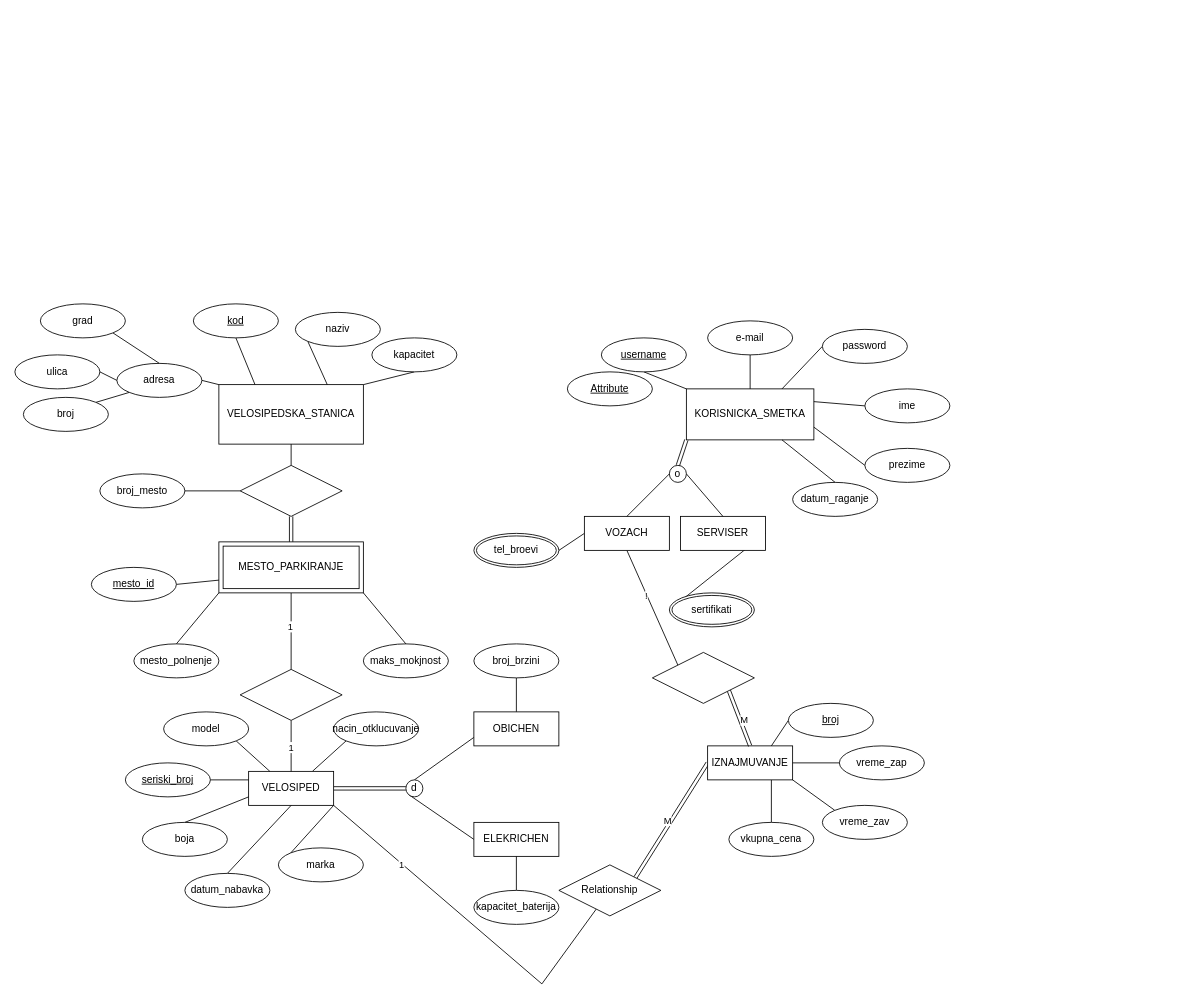
Earlier version of the draw.io diagram gptlab1.drawio (loramarku9/BAZInaPODATOCI). Source tidied: cells renumbered, new cells numbered last; positions are measured from the earlier drawing's top-left corner, leaving out a move shared by most shapes. Both pictures are drawn from the tidied source at 85%, with x=0, y=0 at pixel (14, 303).
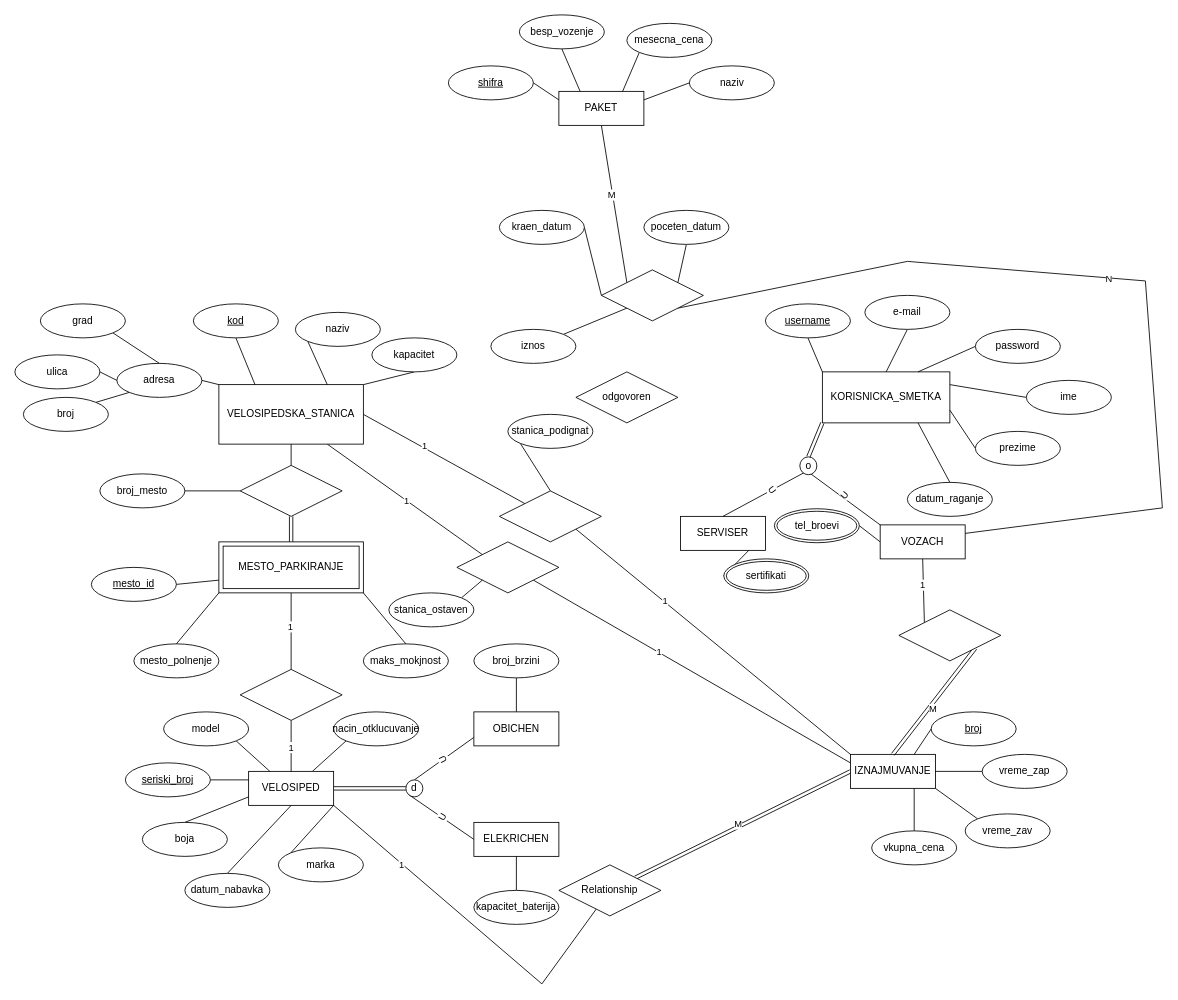
After the change.

The change refers to these unchanged cells:
```xml
<mxCell id="19" style="edgeStyle=none;shape=connector;rounded=0;jettySize=auto;html=1;exitX=0.5;exitY=1;exitDx=0;exitDy=0;entryX=0;entryY=0;entryDx=0;entryDy=0;strokeColor=default;align=center;verticalAlign=middle;fontFamily=Helvetica;fontSize=11;fontColor=default;labelBackgroundColor=default;defaultLabelBackgroundColor=page;endArrow=none;endFill=0;" parent="1" edge="1" source="21" target="98">
  <mxGeometry relative="1" as="geometry" />
</mxCell>
<mxCell id="23" style="edgeStyle=none;shape=connector;rounded=0;jettySize=auto;html=1;exitX=1;exitY=0.5;exitDx=0;exitDy=0;entryX=0.5;entryY=0;entryDx=0;entryDy=0;strokeColor=default;align=center;verticalAlign=middle;fontFamily=Helvetica;fontSize=11;fontColor=default;labelBackgroundColor=default;defaultLabelBackgroundColor=page;endArrow=none;endFill=0;" parent="1" edge="1" source="24" target="17">
  <mxGeometry relative="1" as="geometry" />
</mxCell>
<mxCell id="28" value="VELOSIPEDSKA_STANICA" style="whiteSpace=wrap;html=1;align=center;" parent="1" vertex="1">
  <mxGeometry x="240" y="95" width="170" height="70" as="geometry" />
</mxCell>
<mxCell id="75" style="edgeStyle=none;shape=connector;rounded=0;jettySize=auto;html=1;exitX=0.5;exitY=0;exitDx=0;exitDy=0;entryX=0;entryY=0.75;entryDx=0;entryDy=0;strokeColor=default;align=center;verticalAlign=middle;fontFamily=Helvetica;fontSize=11;fontColor=default;labelBackgroundColor=default;defaultLabelBackgroundColor=page;endArrow=none;endFill=0;" parent="1" edge="1" source="77" target="80">
  <mxGeometry relative="1" as="geometry" />
</mxCell>
<mxCell id="76" style="edgeStyle=none;shape=connector;rounded=0;jettySize=auto;html=1;exitX=0;exitY=1;exitDx=0;exitDy=0;entryX=0;entryY=0.5;entryDx=0;entryDy=0;strokeColor=default;align=center;verticalAlign=middle;fontFamily=Helvetica;fontSize=11;fontColor=default;labelBackgroundColor=default;defaultLabelBackgroundColor=page;endArrow=none;endFill=0;" parent="1" edge="1" source="77" target="78">
  <mxGeometry relative="1" as="geometry" />
</mxCell>
```

The edit, as a diff of the source:
```diff
@@
     <mxCell id="3" value="KORISNICKA_SMETKA" style="whiteSpace=wrap;html=1;align=center;" parent="1" vertex="1">
-      <mxGeometry x="790" y="100" width="150" height="60" as="geometry" />
+      <mxGeometry x="950" y="80" width="150" height="60" as="geometry" />
     </mxCell>
@@
     <mxCell id="5" value="datum_raganje" style="ellipse;whiteSpace=wrap;html=1;align=center;" parent="1" vertex="1">
-      <mxGeometry x="915" y="210" width="100" height="40" as="geometry" />
+      <mxGeometry x="1050" y="210" width="100" height="40" as="geometry" />
     </mxCell>
@@
     <mxCell id="7" value="prezime" style="ellipse;whiteSpace=wrap;html=1;align=center;" parent="1" vertex="1">
-      <mxGeometry x="1000" y="170" width="100" height="40" as="geometry" />
+      <mxGeometry x="1130" y="150" width="100" height="40" as="geometry" />
     </mxCell>
@@
     <mxCell id="9" value="ime" style="ellipse;whiteSpace=wrap;html=1;align=center;" parent="1" vertex="1">
-      <mxGeometry x="1000" y="100" width="100" height="40" as="geometry" />
+      <mxGeometry x="1190" y="90" width="100" height="40" as="geometry" />
     </mxCell>
@@
     <mxCell id="11" value="password" style="ellipse;whiteSpace=wrap;html=1;align=center;" parent="1" vertex="1">
-      <mxGeometry x="950" y="30" width="100" height="40" as="geometry" />
+      <mxGeometry x="1130" y="30" width="100" height="40" as="geometry" />
     </mxCell>
@@
     <mxCell id="13" value="e-mail" style="ellipse;whiteSpace=wrap;html=1;align=center;" parent="1" vertex="1">
-      <mxGeometry x="815" y="20" width="100" height="40" as="geometry" />
+      <mxGeometry x="1000" y="-10" width="100" height="40" as="geometry" />
     </mxCell>
@@
     <mxCell id="15" value="username" style="ellipse;whiteSpace=wrap;html=1;align=center;fontStyle=4;" parent="1" vertex="1">
-      <mxGeometry x="690" y="40" width="100" height="40" as="geometry" />
+      <mxGeometry x="883" width="100" height="40" as="geometry" />
     </mxCell>
@@
-    <mxCell id="20" value="!" style="edgeLabel;html=1;align=center;verticalAlign=middle;inheritText=1;defaultLabelBackgroundColor=page;" parent="19" vertex="1">
+    <mxCell id="20" value="1" style="edgeLabel;html=1;align=center;verticalAlign=middle;inheritText=1;defaultLabelBackgroundColor=page;" parent="19" vertex="1">
       <mxGeometry x="-0.21" y="-1" relative="1" as="geometry" />
     </mxCell>
     <mxCell id="21" value="VOZACH" style="whiteSpace=wrap;html=1;align=center;" parent="1" vertex="1">
-      <mxGeometry x="670" y="250" width="100" height="40" as="geometry" />
+      <mxGeometry x="1018" y="260" width="100" height="40" as="geometry" />
     </mxCell>
-    <mxCell id="22" style="edgeStyle=none;shape=connector;rounded=0;jettySize=auto;html=1;exitX=0;exitY=0.5;exitDx=0;exitDy=0;entryX=0.5;entryY=0;entryDx=0;entryDy=0;strokeColor=default;align=center;verticalAlign=middle;fontFamily=Helvetica;fontSize=11;fontColor=default;labelBackgroundColor=default;defaultLabelBackgroundColor=page;endArrow=none;endFill=0;" parent="1" edge="1" source="24" target="21">
+    <mxCell id="22" style="edgeStyle=none;shape=connector;rounded=0;jettySize=auto;html=1;exitX=0;exitY=0.5;exitDx=0;exitDy=0;entryX=0;entryY=0;entryDx=0;entryDy=0;strokeColor=default;align=center;verticalAlign=middle;fontFamily=Helvetica;fontSize=11;fontColor=default;labelBackgroundColor=default;defaultLabelBackgroundColor=page;endArrow=none;endFill=0;" parent="1" edge="1" source="24" target="21">
       <mxGeometry relative="1" as="geometry" />
     </mxCell>
+    <mxCell id="100" value="U" style="edgeLabel;html=1;align=center;verticalAlign=middle;inheritText=1;defaultLabelBackgroundColor=page;rotation=-50;" parent="22" vertex="1">
+      <mxGeometry x="0.08" y="1" relative="1" as="geometry">
+        <mxPoint y="-1" as="offset" />
+      </mxGeometry>
+    </mxCell>
@@
+    <mxCell id="101" value="U" style="edgeLabel;html=1;align=center;verticalAlign=middle;inheritText=1;defaultLabelBackgroundColor=page;rotation=53;" parent="23" vertex="1">
+      <mxGeometry x="-0.06" relative="1" as="geometry" />
+    </mxCell>
     <mxCell id="24" value="o" style="ellipse;whiteSpace=wrap;html=1;shapeInside=1;" parent="1" vertex="1">
-      <mxGeometry x="770" y="190" width="20" height="20" as="geometry" />
+      <mxGeometry x="923.5" y="180" width="20" height="21" as="geometry" />
     </mxCell>
     <mxCell id="25" value="tel_broevi" style="ellipse;shape=doubleEllipse;margin=3;whiteSpace=wrap;html=1;align=center;" parent="1" vertex="1">
-      <mxGeometry x="540" y="270" width="100" height="40" as="geometry" />
+      <mxGeometry x="893.5" y="241" width="100" height="40" as="geometry" />
     </mxCell>
     <mxCell id="26" value="sertifikati" style="ellipse;shape=doubleEllipse;margin=3;whiteSpace=wrap;html=1;align=center;" parent="1" vertex="1">
-      <mxGeometry x="770" y="340" width="100" height="40" as="geometry" />
+      <mxGeometry x="834" y="300" width="100" height="40" as="geometry" />
     </mxCell>
@@
+    <mxCell id="102" style="edgeStyle=none;shape=connector;rounded=0;jettySize=auto;html=1;exitX=0.75;exitY=1;exitDx=0;exitDy=0;entryX=0;entryY=0;entryDx=0;entryDy=0;strokeColor=default;align=center;verticalAlign=middle;fontFamily=Helvetica;fontSize=11;fontColor=default;labelBackgroundColor=default;defaultLabelBackgroundColor=page;endArrow=none;endFill=0;" parent="1" edge="1" source="28" target="113">
+      <mxGeometry relative="1" as="geometry" />
+    </mxCell>
+    <mxCell id="103" value="1" style="edgeLabel;html=1;align=center;verticalAlign=middle;inheritText=1;defaultLabelBackgroundColor=page;" parent="102" vertex="1">
+      <mxGeometry x="0.03" y="-1" relative="1" as="geometry">
+        <mxPoint y="-1" as="offset" />
+      </mxGeometry>
+    </mxCell>
+    <mxCell id="104" style="edgeStyle=none;shape=connector;rounded=0;jettySize=auto;html=1;exitX=1;exitY=0.5;exitDx=0;exitDy=0;entryX=0;entryY=0;entryDx=0;entryDy=0;strokeColor=default;align=center;verticalAlign=middle;fontFamily=Helvetica;fontSize=11;fontColor=default;labelBackgroundColor=default;defaultLabelBackgroundColor=page;endArrow=none;endFill=0;" parent="1" edge="1" source="28" target="110">
+      <mxGeometry relative="1" as="geometry" />
+    </mxCell>
+    <mxCell id="105" value="1" style="edgeLabel;html=1;align=center;verticalAlign=middle;inheritText=1;defaultLabelBackgroundColor=page;" parent="104" vertex="1">
+      <mxGeometry x="-0.26" y="3" relative="1" as="geometry" />
+    </mxCell>
@@
-    <mxCell id="34" value="Attribute" style="ellipse;whiteSpace=wrap;html=1;align=center;fontStyle=4;" parent="1" vertex="1">
-      <mxGeometry x="650" y="80" width="100" height="40" as="geometry" />
-    </mxCell>
@@
+    <mxCell id="106" value="U" style="edgeLabel;html=1;align=center;verticalAlign=middle;inheritText=1;defaultLabelBackgroundColor=page;rotation=-117;" parent="75" vertex="1">
+      <mxGeometry x="-0.05" y="-1" relative="1" as="geometry" />
+    </mxCell>
@@
+    <mxCell id="107" value="U" style="edgeLabel;html=1;align=center;verticalAlign=middle;inheritText=1;defaultLabelBackgroundColor=page;rotation=-60;" parent="76" vertex="1">
+      <mxGeometry x="0.03" relative="1" as="geometry" />
+    </mxCell>
@@
     <mxCell id="88" value="IZNAJMUVANJE" style="whiteSpace=wrap;html=1;align=center;" parent="1" vertex="1">
-      <mxGeometry x="815" y="520" width="100" height="40" as="geometry" />
+      <mxGeometry x="983" y="530" width="100" height="40" as="geometry" />
     </mxCell>
@@
     <mxCell id="90" value="broj" style="ellipse;whiteSpace=wrap;html=1;align=center;fontStyle=4;" parent="1" vertex="1">
-      <mxGeometry x="910" y="470" width="100" height="40" as="geometry" />
+      <mxGeometry x="1078" y="480" width="100" height="40" as="geometry" />
     </mxCell>
     <mxCell id="91" value="vkupna_cena" style="ellipse;whiteSpace=wrap;html=1;align=center;" parent="1" vertex="1">
-      <mxGeometry x="840" y="610" width="100" height="40" as="geometry" />
+      <mxGeometry x="1008" y="620" width="100" height="40" as="geometry" />
     </mxCell>
@@
     <mxCell id="93" value="vreme_zav" style="ellipse;whiteSpace=wrap;html=1;align=center;" parent="1" vertex="1">
-      <mxGeometry x="950" y="590" width="100" height="40" as="geometry" />
+      <mxGeometry x="1118" y="600" width="100" height="40" as="geometry" />
     </mxCell>
@@
     <mxCell id="95" value="vreme_zap" style="ellipse;whiteSpace=wrap;html=1;align=center;" parent="1" vertex="1">
-      <mxGeometry x="970" y="520" width="100" height="40" as="geometry" />
+      <mxGeometry x="1138" y="530" width="100" height="40" as="geometry" />
     </mxCell>
@@
     <mxCell id="98" style="shape=rhombus;perimeter=rhombusPerimeter;whiteSpace=wrap;html=1;align=center;" parent="1" vertex="1">
-      <mxGeometry x="750" y="410" width="120" height="60" as="geometry" />
+      <mxGeometry x="1040" y="360" width="120" height="60" as="geometry" />
     </mxCell>
@@
+    <mxCell id="108" style="edgeStyle=none;shape=connector;rounded=0;jettySize=auto;html=1;exitX=1;exitY=1;exitDx=0;exitDy=0;entryX=0;entryY=0;entryDx=0;entryDy=0;strokeColor=default;align=center;verticalAlign=middle;fontFamily=Helvetica;fontSize=11;fontColor=default;labelBackgroundColor=default;defaultLabelBackgroundColor=page;endArrow=none;endFill=0;" parent="1" edge="1" source="110" target="88">
+      <mxGeometry relative="1" as="geometry" />
+    </mxCell>
+    <mxCell id="109" value="1" style="edgeLabel;html=1;align=center;verticalAlign=middle;inheritText=1;defaultLabelBackgroundColor=page;" parent="108" vertex="1">
+      <mxGeometry x="-0.36" y="2" relative="1" as="geometry" />
+    </mxCell>
+    <mxCell id="110" style="shape=rhombus;perimeter=rhombusPerimeter;whiteSpace=wrap;html=1;align=center;" parent="1" vertex="1">
+      <mxGeometry x="570" y="220" width="120" height="60" as="geometry" />
+    </mxCell>
+    <mxCell id="111" style="edgeStyle=none;shape=connector;rounded=0;jettySize=auto;html=1;exitX=1;exitY=1;exitDx=0;exitDy=0;entryX=0;entryY=0.25;entryDx=0;entryDy=0;strokeColor=default;align=center;verticalAlign=middle;fontFamily=Helvetica;fontSize=11;fontColor=default;labelBackgroundColor=default;defaultLabelBackgroundColor=page;endArrow=none;endFill=0;" parent="1" edge="1" source="113" target="88">
+      <mxGeometry relative="1" as="geometry" />
+    </mxCell>
+    <mxCell id="112" value="1" style="edgeLabel;html=1;align=center;verticalAlign=middle;inheritText=1;defaultLabelBackgroundColor=page;" parent="111" vertex="1">
+      <mxGeometry x="-0.21" relative="1" as="geometry" />
+    </mxCell>
+    <mxCell id="113" style="shape=rhombus;perimeter=rhombusPerimeter;whiteSpace=wrap;html=1;align=center;" parent="1" vertex="1">
+      <mxGeometry x="520" y="280" width="120" height="60" as="geometry" />
+    </mxCell>
+    <mxCell id="114" style="edgeStyle=none;shape=connector;rounded=0;jettySize=auto;html=1;exitX=1;exitY=0;exitDx=0;exitDy=0;entryX=0;entryY=1;entryDx=0;entryDy=0;strokeColor=default;align=center;verticalAlign=middle;fontFamily=Helvetica;fontSize=11;fontColor=default;labelBackgroundColor=default;defaultLabelBackgroundColor=page;endArrow=none;endFill=0;" parent="1" edge="1" source="115" target="113">
+      <mxGeometry relative="1" as="geometry" />
+    </mxCell>
+    <mxCell id="115" value="stanica_ostaven" style="ellipse;whiteSpace=wrap;html=1;align=center;" parent="1" vertex="1">
+      <mxGeometry x="440" y="340" width="100" height="40" as="geometry" />
+    </mxCell>
+    <mxCell id="116" style="edgeStyle=none;shape=connector;rounded=0;jettySize=auto;html=1;exitX=0;exitY=1;exitDx=0;exitDy=0;entryX=0.5;entryY=0;entryDx=0;entryDy=0;strokeColor=default;align=center;verticalAlign=middle;fontFamily=Helvetica;fontSize=11;fontColor=default;labelBackgroundColor=default;defaultLabelBackgroundColor=page;endArrow=none;endFill=0;" parent="1" edge="1" source="117" target="110">
+      <mxGeometry relative="1" as="geometry" />
+    </mxCell>
+    <mxCell id="117" value="stanica_podignat" style="ellipse;whiteSpace=wrap;html=1;align=center;" parent="1" vertex="1">
+      <mxGeometry x="580" y="130" width="100" height="40" as="geometry" />
+    </mxCell>
+    <mxCell id="118" style="edgeStyle=none;shape=connector;rounded=0;jettySize=auto;html=1;exitX=0.5;exitY=1;exitDx=0;exitDy=0;entryX=0;entryY=0;entryDx=0;entryDy=0;strokeColor=default;align=center;verticalAlign=middle;fontFamily=Helvetica;fontSize=11;fontColor=default;labelBackgroundColor=default;defaultLabelBackgroundColor=page;endArrow=none;endFill=0;" parent="1" edge="1" source="120" target="132">
+      <mxGeometry relative="1" as="geometry" />
+    </mxCell>
+    <mxCell id="119" value="M" style="edgeLabel;html=1;align=center;verticalAlign=middle;inheritText=1;defaultLabelBackgroundColor=page;" parent="118" vertex="1">
+      <mxGeometry x="-0.13" y="-2" relative="1" as="geometry" />
+    </mxCell>
+    <mxCell id="120" value="PAKET" style="whiteSpace=wrap;html=1;align=center;" parent="1" vertex="1">
+      <mxGeometry x="640" y="-250" width="100" height="40" as="geometry" />
+    </mxCell>
+    <mxCell id="121" style="edgeStyle=none;shape=connector;rounded=0;jettySize=auto;html=1;exitX=1;exitY=0.5;exitDx=0;exitDy=0;entryX=0;entryY=0.25;entryDx=0;entryDy=0;strokeColor=default;align=center;verticalAlign=middle;fontFamily=Helvetica;fontSize=11;fontColor=default;labelBackgroundColor=default;defaultLabelBackgroundColor=page;endArrow=none;endFill=0;" parent="1" edge="1" source="122" target="120">
+      <mxGeometry relative="1" as="geometry" />
+    </mxCell>
+    <mxCell id="122" value="shifra" style="ellipse;whiteSpace=wrap;html=1;align=center;fontStyle=4;" parent="1" vertex="1">
+      <mxGeometry x="510" y="-280" width="100" height="40" as="geometry" />
+    </mxCell>
+    <mxCell id="123" style="edgeStyle=none;shape=connector;rounded=0;jettySize=auto;html=1;exitX=0;exitY=0.5;exitDx=0;exitDy=0;entryX=1;entryY=0.25;entryDx=0;entryDy=0;strokeColor=default;align=center;verticalAlign=middle;fontFamily=Helvetica;fontSize=11;fontColor=default;labelBackgroundColor=default;defaultLabelBackgroundColor=page;endArrow=none;endFill=0;" parent="1" edge="1" source="124" target="120">
+      <mxGeometry relative="1" as="geometry" />
+    </mxCell>
+    <mxCell id="124" value="naziv" style="ellipse;whiteSpace=wrap;html=1;align=center;" parent="1" vertex="1">
+      <mxGeometry x="793.5" y="-280" width="100" height="40" as="geometry" />
+    </mxCell>
+    <mxCell id="125" style="edgeStyle=none;shape=connector;rounded=0;jettySize=auto;html=1;exitX=0;exitY=1;exitDx=0;exitDy=0;entryX=0.75;entryY=0;entryDx=0;entryDy=0;strokeColor=default;align=center;verticalAlign=middle;fontFamily=Helvetica;fontSize=11;fontColor=default;labelBackgroundColor=default;defaultLabelBackgroundColor=page;endArrow=none;endFill=0;" parent="1" edge="1" source="126" target="120">
+      <mxGeometry relative="1" as="geometry" />
+    </mxCell>
+    <mxCell id="126" value="mesecna_cena" style="ellipse;whiteSpace=wrap;html=1;align=center;" parent="1" vertex="1">
+      <mxGeometry x="720" y="-330" width="100" height="40" as="geometry" />
+    </mxCell>
+    <mxCell id="127" style="edgeStyle=none;shape=connector;rounded=0;jettySize=auto;html=1;exitX=0.5;exitY=1;exitDx=0;exitDy=0;entryX=0.25;entryY=0;entryDx=0;entryDy=0;strokeColor=default;align=center;verticalAlign=middle;fontFamily=Helvetica;fontSize=11;fontColor=default;labelBackgroundColor=default;defaultLabelBackgroundColor=page;endArrow=none;endFill=0;" parent="1" edge="1" source="128" target="120">
+      <mxGeometry relative="1" as="geometry" />
+    </mxCell>
+    <mxCell id="128" value="besp_vozenje" style="ellipse;whiteSpace=wrap;html=1;align=center;" parent="1" vertex="1">
+      <mxGeometry x="593.5" y="-340" width="100" height="40" as="geometry" />
+    </mxCell>
+    <mxCell id="129" style="edgeStyle=none;shape=connector;rounded=0;jettySize=auto;html=1;exitX=1;exitY=1;exitDx=0;exitDy=0;entryX=1;entryY=0.25;entryDx=0;entryDy=0;strokeColor=default;align=center;verticalAlign=middle;fontFamily=Helvetica;fontSize=11;fontColor=default;labelBackgroundColor=default;defaultLabelBackgroundColor=page;endArrow=none;endFill=0;" parent="1" edge="1" source="132" target="21">
+      <mxGeometry x="-0.09" relative="1" as="geometry">
+        <Array as="points">
+          <mxPoint x="1050" y="-50" />
+          <mxPoint x="1330" y="-27" />
+          <mxPoint x="1350" y="240" />
+        </Array>
+      </mxGeometry>
+    </mxCell>
+    <mxCell id="130" value="N" style="edgeLabel;html=1;align=center;verticalAlign=middle;inheritText=1;defaultLabelBackgroundColor=page;" parent="129" vertex="1">
+      <mxGeometry x="-0.03" y="-1" relative="1" as="geometry" />
+    </mxCell>
+    <mxCell id="131" style="edgeStyle=none;shape=connector;rounded=0;jettySize=auto;html=1;exitX=0;exitY=1;exitDx=0;exitDy=0;entryX=1;entryY=0;entryDx=0;entryDy=0;strokeColor=default;align=center;verticalAlign=middle;fontFamily=Helvetica;fontSize=11;fontColor=default;labelBackgroundColor=default;defaultLabelBackgroundColor=page;endArrow=none;endFill=0;" parent="1" edge="1" source="132" target="133">
+      <mxGeometry relative="1" as="geometry" />
+    </mxCell>
+    <mxCell id="132" style="shape=rhombus;perimeter=rhombusPerimeter;whiteSpace=wrap;html=1;align=center;" parent="1" vertex="1">
+      <mxGeometry x="690" y="-40" width="120" height="60" as="geometry" />
+    </mxCell>
+    <mxCell id="133" value="iznos" style="ellipse;whiteSpace=wrap;html=1;align=center;" parent="1" vertex="1">
+      <mxGeometry x="560" y="30" width="100" height="40" as="geometry" />
+    </mxCell>
+    <mxCell id="134" style="edgeStyle=none;shape=connector;rounded=0;jettySize=auto;html=1;exitX=1;exitY=0.5;exitDx=0;exitDy=0;entryX=0;entryY=0.5;entryDx=0;entryDy=0;strokeColor=default;align=center;verticalAlign=middle;fontFamily=Helvetica;fontSize=11;fontColor=default;labelBackgroundColor=default;defaultLabelBackgroundColor=page;endArrow=none;endFill=0;" parent="1" edge="1" source="135" target="132">
+      <mxGeometry relative="1" as="geometry" />
+    </mxCell>
+    <mxCell id="135" value="kraen_datum" style="ellipse;whiteSpace=wrap;html=1;align=center;" parent="1" vertex="1">
+      <mxGeometry x="570" y="-110" width="100" height="40" as="geometry" />
+    </mxCell>
+    <mxCell id="136" style="edgeStyle=none;shape=connector;rounded=0;jettySize=auto;html=1;exitX=0.5;exitY=1;exitDx=0;exitDy=0;entryX=1;entryY=0;entryDx=0;entryDy=0;strokeColor=default;align=center;verticalAlign=middle;fontFamily=Helvetica;fontSize=11;fontColor=default;labelBackgroundColor=default;defaultLabelBackgroundColor=page;endArrow=none;endFill=0;" parent="1" edge="1" source="137" target="132">
+      <mxGeometry relative="1" as="geometry" />
+    </mxCell>
+    <mxCell id="137" value="poceten_datum" style="ellipse;whiteSpace=wrap;html=1;align=center;" parent="1" vertex="1">
+      <mxGeometry x="740" y="-110" width="100" height="40" as="geometry" />
+    </mxCell>
+    <mxCell id="138" value="odgovoren" style="shape=rhombus;perimeter=rhombusPerimeter;whiteSpace=wrap;html=1;align=center;" parent="1" vertex="1">
+      <mxGeometry x="660" y="80" width="120" height="60" as="geometry" />
+    </mxCell>
```
